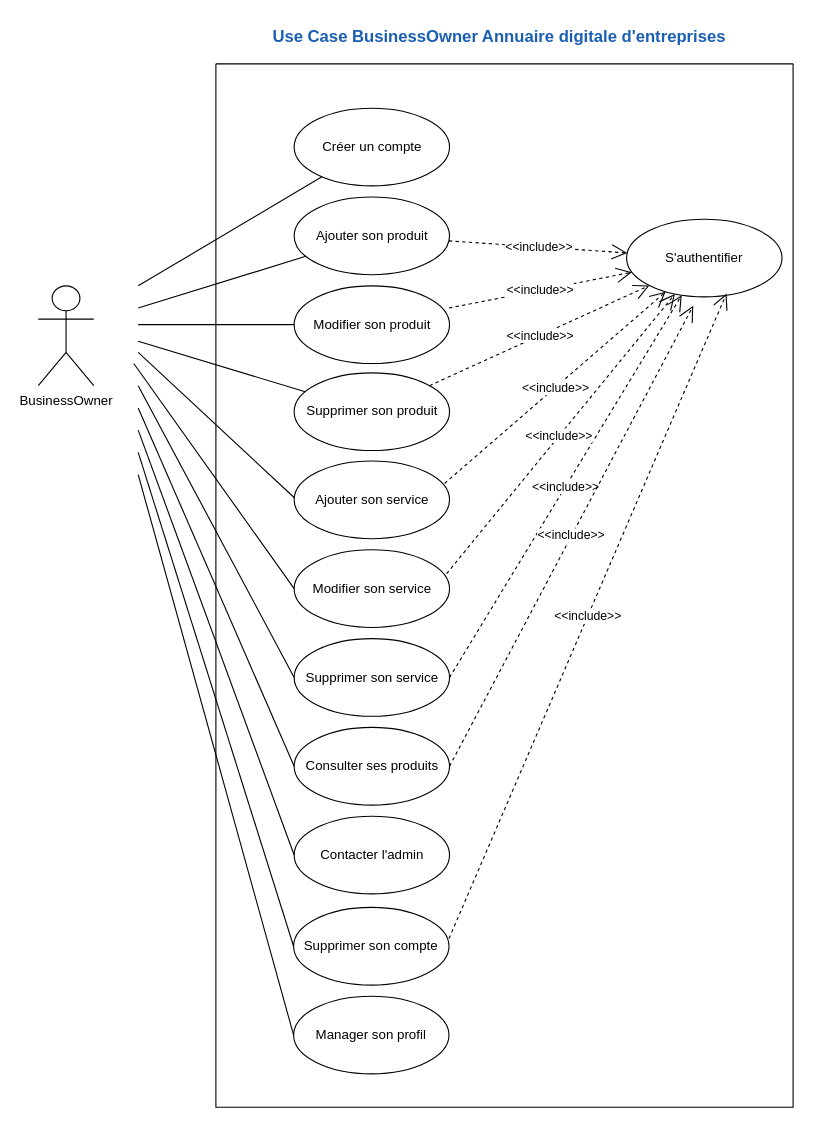
Before: 3. UseCase_BusinessOwner.drawio in amine-elarass49/angular_doc, a draw.io diagram. Source tidied: cells renumbered, new cells numbered last; positions are measured from the earlier drawing's top-left corner, leaving out a move shared by most shapes. Both pictures are drawn from the tidied source at 111%, with x=0, y=0 at pixel (38, 19).
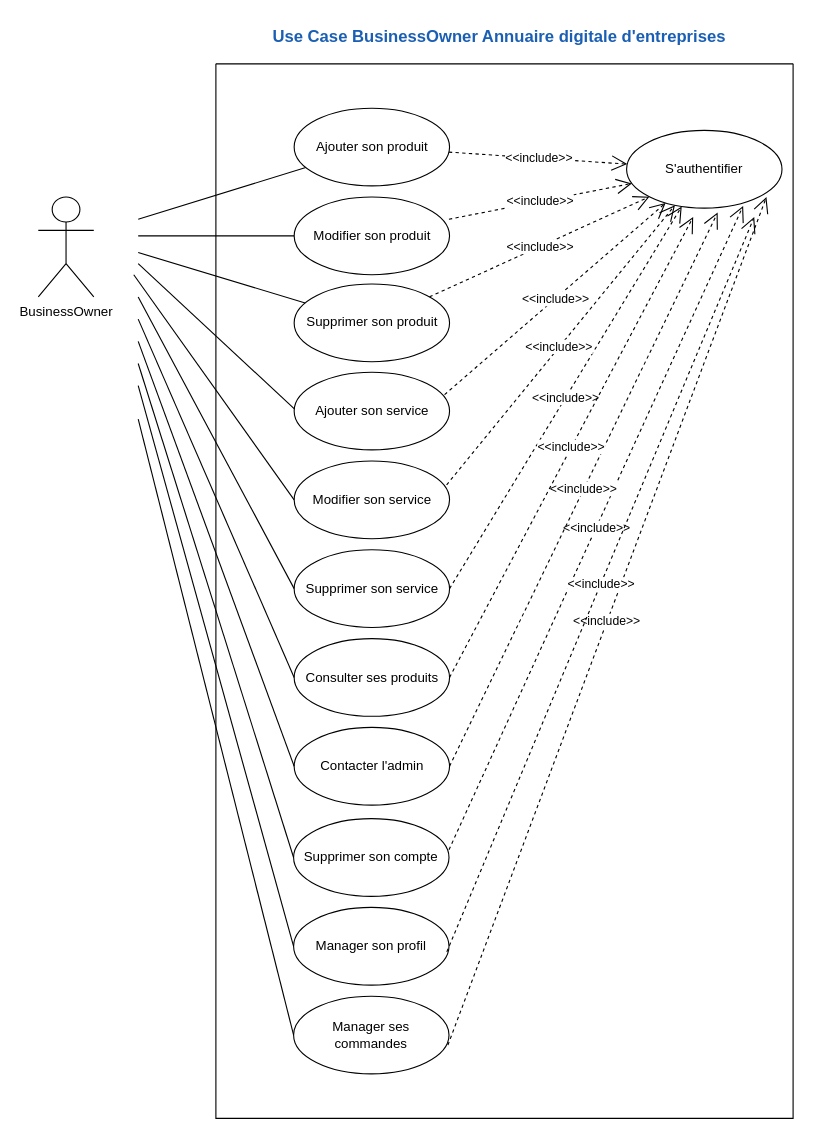
The same diagram, later.

The edit, as a diff of the source:
```diff
@@
+    <mxCell id="3" style="swimlane;startSize=0;" parent="1" vertex="1">
+      <mxGeometry x="160" y="40" width="520" height="950" as="geometry" />
+    </mxCell>
-    <mxCell id="2" value="BusinessOwner" style="shape=umlActor;verticalLabelPosition=bottom;verticalAlign=top;html=1;" parent="1" vertex="1">
-      <mxGeometry y="240" width="50" height="90" as="geometry" />
+    <mxCell id="2" value="BusinessOwner" style="shape=umlActor;verticalLabelPosition=bottom;verticalAlign=top;html=1;" parent="3" vertex="1">
+      <mxGeometry x="-160" y="120" width="50" height="90" as="geometry" />
     </mxCell>
-    <mxCell id="3" style="swimlane;startSize=0;" parent="1" vertex="1">
-      <mxGeometry x="160" y="40" width="520" height="940" as="geometry" />
-    </mxCell>
     <mxCell id="4" value="S'authentifier" style="ellipse;whiteSpace=wrap;html=1;" parent="3" vertex="1">
-      <mxGeometry x="370" y="140" width="140" height="70" as="geometry" />
+      <mxGeometry x="370" y="60" width="140" height="70" as="geometry" />
     </mxCell>
@@
     <mxCell id="8" value="Ajouter son produit" style="ellipse;whiteSpace=wrap;html=1;" parent="3" vertex="1">
-      <mxGeometry x="70.5" y="120" width="140" height="70" as="geometry" />
+      <mxGeometry x="70.5" y="40" width="140" height="70" as="geometry" />
     </mxCell>
     <mxCell id="9" value="Modifier son produit" style="ellipse;whiteSpace=wrap;html=1;" parent="3" vertex="1">
-      <mxGeometry x="70.5" y="200" width="140" height="70" as="geometry" />
+      <mxGeometry x="70.5" y="120" width="140" height="70" as="geometry" />
     </mxCell>
-    <mxCell id="10" value="Créer un compte" style="ellipse;whiteSpace=wrap;html=1;" parent="3" vertex="1">
-      <mxGeometry x="70.5" y="40" width="140" height="70" as="geometry" />
-    </mxCell>
     <mxCell id="11" value="&lt;div&gt;Supprimer son produit&lt;/div&gt;" style="ellipse;whiteSpace=wrap;html=1;" parent="3" vertex="1">
-      <mxGeometry x="70.5" y="278.4" width="140" height="70" as="geometry" />
+      <mxGeometry x="70.5" y="198.4" width="140" height="70" as="geometry" />
     </mxCell>
     <mxCell id="12" value="Ajouter&amp;nbsp;son service" style="ellipse;whiteSpace=wrap;html=1;" parent="3" vertex="1">
-      <mxGeometry x="70.5" y="357.8" width="140" height="70" as="geometry" />
+      <mxGeometry x="70.5" y="277.8" width="140" height="70" as="geometry" />
     </mxCell>
     <mxCell id="13" value="Modifier son service" style="ellipse;whiteSpace=wrap;html=1;" parent="3" vertex="1">
-      <mxGeometry x="70.5" y="437.8" width="140" height="70" as="geometry" />
+      <mxGeometry x="70.5" y="357.8" width="140" height="70" as="geometry" />
     </mxCell>
     <mxCell id="14" value="Supprimer son service" style="ellipse;whiteSpace=wrap;html=1;" parent="3" vertex="1">
-      <mxGeometry x="70.5" y="517.8" width="140" height="70" as="geometry" />
+      <mxGeometry x="70.5" y="437.8" width="140" height="70" as="geometry" />
     </mxCell>
     <mxCell id="15" value="Consulter ses produits" style="ellipse;whiteSpace=wrap;html=1;" parent="3" vertex="1">
-      <mxGeometry x="70.5" y="597.8" width="140" height="70" as="geometry" />
+      <mxGeometry x="70.5" y="517.8" width="140" height="70" as="geometry" />
     </mxCell>
     <mxCell id="16" value="Contacter l'admin" style="ellipse;whiteSpace=wrap;html=1;" parent="3" vertex="1">
-      <mxGeometry x="70.5" y="677.8" width="140" height="70" as="geometry" />
+      <mxGeometry x="70.5" y="597.8" width="140" height="70" as="geometry" />
     </mxCell>
     <mxCell id="17" style="endArrow=none;html=1;rounded=0;entryX=0;entryY=0.5;entryDx=0;entryDy=0;" parent="3" edge="1">
       <mxGeometry relative="1" as="geometry">
-        <mxPoint x="-70" y="310" as="sourcePoint" />
-        <mxPoint x="70.5" y="632.8" as="targetPoint" />
+        <mxPoint x="-70" y="230" as="sourcePoint" />
+        <mxPoint x="70.5" y="552.8" as="targetPoint" />
       </mxGeometry>
     </mxCell>
     <mxCell id="18" style="endArrow=none;html=1;rounded=0;entryX=0;entryY=0.5;entryDx=0;entryDy=0;" parent="3" edge="1">
       <mxGeometry relative="1" as="geometry">
-        <mxPoint x="-70" y="330" as="sourcePoint" />
-        <mxPoint x="70.5" y="712.8" as="targetPoint" />
+        <mxPoint x="-70" y="250" as="sourcePoint" />
+        <mxPoint x="70.5" y="632.8" as="targetPoint" />
       </mxGeometry>
     </mxCell>
     <mxCell id="19" style="endArrow=none;html=1;rounded=0;entryX=0;entryY=0.5;entryDx=0;entryDy=0;" parent="3" edge="1">
       <mxGeometry relative="1" as="geometry">
-        <mxPoint x="-74" y="270" as="sourcePoint" />
-        <mxPoint x="70.5" y="472.8" as="targetPoint" />
+        <mxPoint x="-74" y="190" as="sourcePoint" />
+        <mxPoint x="70.5" y="392.8" as="targetPoint" />
       </mxGeometry>
     </mxCell>
     <mxCell id="20" style="endArrow=none;html=1;rounded=0;entryX=0;entryY=0.5;entryDx=0;entryDy=0;" parent="3" edge="1">
       <mxGeometry relative="1" as="geometry">
-        <mxPoint x="-70" y="290" as="sourcePoint" />
-        <mxPoint x="70.5" y="552.8" as="targetPoint" />
+        <mxPoint x="-70" y="210" as="sourcePoint" />
+        <mxPoint x="70.5" y="472.8" as="targetPoint" />
       </mxGeometry>
     </mxCell>
     <mxCell id="21" style="endArrow=none;html=1;rounded=0;" parent="3" edge="1">
       <mxGeometry relative="1" as="geometry">
-        <mxPoint x="-70" y="260" as="sourcePoint" />
-        <mxPoint x="70.7" y="390.9" as="targetPoint" />
+        <mxPoint x="-70" y="180" as="sourcePoint" />
+        <mxPoint x="70.7" y="310.9" as="targetPoint" />
       </mxGeometry>
     </mxCell>
     <mxCell id="22" style="endArrow=none;html=1;rounded=0;" parent="3" edge="1" target="11">
       <mxGeometry relative="1" as="geometry">
-        <mxPoint x="-70" y="250" as="sourcePoint" />
+        <mxPoint x="-70" y="170" as="sourcePoint" />
       </mxGeometry>
     </mxCell>
-    <mxCell id="23" style="endArrow=none;html=1;rounded=0;" parent="3" edge="1" target="10">
-      <mxGeometry relative="1" as="geometry">
-        <mxPoint x="-70" y="200" as="sourcePoint" />
-      </mxGeometry>
-    </mxCell>
     <mxCell id="24" value="Supprimer&amp;nbsp;son compte" style="ellipse;whiteSpace=wrap;html=1;" parent="3" vertex="1">
-      <mxGeometry x="70" y="760" width="140" height="70" as="geometry" />
+      <mxGeometry x="70" y="680" width="140" height="70" as="geometry" />
     </mxCell>
-    <mxCell id="25" value="&amp;lt;&amp;lt;include&amp;gt;&amp;gt;" style="endArrow=open;endSize=12;dashed=1;html=1;rounded=0;exitX=1;exitY=0.4;exitDx=0;exitDy=0;exitPerimeter=0;entryX=0.643;entryY=0.957;entryDx=0;entryDy=0;entryPerimeter=0;" parent="3" edge="1" source="24" target="4">
+    <mxCell id="25" value="&amp;lt;&amp;lt;include&amp;gt;&amp;gt;" style="endArrow=open;endSize=12;dashed=1;html=1;rounded=0;exitX=1;exitY=0.4;exitDx=0;exitDy=0;exitPerimeter=0;entryX=0.75;entryY=0.971;entryDx=0;entryDy=0;entryPerimeter=0;" parent="3" edge="1" source="24" target="4">
       <mxGeometry relative="1" as="geometry" />
     </mxCell>
@@
-    <mxCell id="29" value="&lt;b&gt;&lt;font style=&quot;font-size: 15px;&quot; color=&quot;#1a5fb4&quot;&gt;Use Case BusinessOwner Annuaire digitale d'entreprises&lt;/font&gt;&lt;/b&gt;" style="text;html=1;align=center;verticalAlign=middle;strokeColor=none;fillColor=none;" parent="1" vertex="1">
-      <mxGeometry x="200" width="430" height="30" as="geometry" />
-    </mxCell>
+    <mxCell id="36" value="&amp;lt;&amp;lt;include&amp;gt;&amp;gt;" style="endArrow=open;endSize=12;dashed=1;html=1;rounded=0;exitX=1;exitY=0.5;exitDx=0;exitDy=0;entryX=0.586;entryY=1.057;entryDx=0;entryDy=0;entryPerimeter=0;" parent="3" edge="1" source="16" target="4">
+      <mxGeometry relative="1" as="geometry" />
+    </mxCell>
-    <mxCell id="30" style="endArrow=none;html=1;rounded=0;entryX=0;entryY=0.5;entryDx=0;entryDy=0;" parent="1" edge="1" target="24">
+    <mxCell id="30" style="endArrow=none;html=1;rounded=0;entryX=0;entryY=0.5;entryDx=0;entryDy=0;" parent="3" edge="1" target="24">
       <mxGeometry relative="1" as="geometry">
-        <mxPoint x="90" y="390" as="sourcePoint" />
+        <mxPoint x="-70" y="270" as="sourcePoint" />
       </mxGeometry>
     </mxCell>
-    <mxCell id="31" style="endArrow=none;html=1;rounded=0;" parent="1" edge="1" target="8">
+    <mxCell id="31" style="endArrow=none;html=1;rounded=0;" parent="3" edge="1" target="8">
       <mxGeometry relative="1" as="geometry">
-        <mxPoint x="90" y="260" as="sourcePoint" />
+        <mxPoint x="-70" y="140" as="sourcePoint" />
       </mxGeometry>
     </mxCell>
-    <mxCell id="32" style="endArrow=none;html=1;rounded=0;" parent="1" edge="1" target="9">
+    <mxCell id="32" style="endArrow=none;html=1;rounded=0;" parent="3" edge="1" target="9">
       <mxGeometry relative="1" as="geometry">
-        <mxPoint x="90" y="275" as="sourcePoint" />
+        <mxPoint x="-70" y="155" as="sourcePoint" />
       </mxGeometry>
     </mxCell>
-    <mxCell id="33" value="&amp;lt;&amp;lt;include&amp;gt;&amp;gt;" style="endArrow=open;endSize=12;dashed=1;html=1;rounded=0;exitX=1;exitY=0.5;exitDx=0;exitDy=0;" parent="1" edge="1" source="15">
+    <mxCell id="33" value="&amp;lt;&amp;lt;include&amp;gt;&amp;gt;" style="endArrow=open;endSize=12;dashed=1;html=1;rounded=0;exitX=1;exitY=0.5;exitDx=0;exitDy=0;" parent="3" edge="1" source="15">
       <mxGeometry relative="1" as="geometry">
-        <mxPoint x="590" y="258" as="targetPoint" />
+        <mxPoint x="430" y="138" as="targetPoint" />
       </mxGeometry>
     </mxCell>
-    <mxCell id="34" value="Manager son profil" style="ellipse;whiteSpace=wrap;html=1;" parent="1" vertex="1">
-      <mxGeometry x="230" y="880" width="140" height="70" as="geometry" />
+    <mxCell id="34" value="Manager son profil" style="ellipse;whiteSpace=wrap;html=1;" parent="3" vertex="1">
+      <mxGeometry x="70" y="760" width="140" height="70" as="geometry" />
     </mxCell>
-    <mxCell id="35" style="endArrow=none;html=1;rounded=0;entryX=0;entryY=0.5;entryDx=0;entryDy=0;" parent="1" edge="1" target="34">
+    <mxCell id="35" style="endArrow=none;html=1;rounded=0;entryX=0;entryY=0.5;entryDx=0;entryDy=0;" parent="3" edge="1" target="34">
       <mxGeometry relative="1" as="geometry">
-        <mxPoint x="90" y="410" as="sourcePoint" />
+        <mxPoint x="-70" y="290" as="sourcePoint" />
       </mxGeometry>
     </mxCell>
+    <mxCell id="37" value="Manager ses commandes" style="ellipse;whiteSpace=wrap;html=1;" parent="3" vertex="1">
+      <mxGeometry x="70" y="840" width="140" height="70" as="geometry" />
+    </mxCell>
+    <mxCell id="38" value="&amp;lt;&amp;lt;include&amp;gt;&amp;gt;" style="endArrow=open;endSize=12;dashed=1;html=1;rounded=0;exitX=0.993;exitY=0.629;exitDx=0;exitDy=0;exitPerimeter=0;entryX=0.9;entryY=0.857;entryDx=0;entryDy=0;entryPerimeter=0;" parent="3" edge="1" source="37" target="4">
+      <mxGeometry relative="1" as="geometry" />
+    </mxCell>
+    <mxCell id="39" value="&amp;lt;&amp;lt;include&amp;gt;&amp;gt;" style="endArrow=open;endSize=12;dashed=1;html=1;rounded=0;exitX=0.986;exitY=0.572;exitDx=0;exitDy=0;exitPerimeter=0;entryX=0.75;entryY=0.971;entryDx=0;entryDy=0;entryPerimeter=0;" parent="3" edge="1" source="34">
+      <mxGeometry relative="1" as="geometry">
+        <mxPoint x="485" y="138" as="targetPoint" />
+      </mxGeometry>
+    </mxCell>
+    <mxCell id="40" style="endArrow=none;html=1;rounded=0;entryX=0;entryY=0.5;entryDx=0;entryDy=0;" parent="3" edge="1" target="37">
+      <mxGeometry relative="1" as="geometry">
+        <mxPoint x="-70" y="320" as="sourcePoint" />
+      </mxGeometry>
+    </mxCell>
+    <mxCell id="29" value="&lt;b&gt;&lt;font style=&quot;font-size: 15px;&quot; color=&quot;#1a5fb4&quot;&gt;Use Case BusinessOwner Annuaire digitale d'entreprises&lt;/font&gt;&lt;/b&gt;" style="text;html=1;align=center;verticalAlign=middle;strokeColor=none;fillColor=none;" parent="1" vertex="1">
+      <mxGeometry x="200" width="430" height="30" as="geometry" />
+    </mxCell>
```
